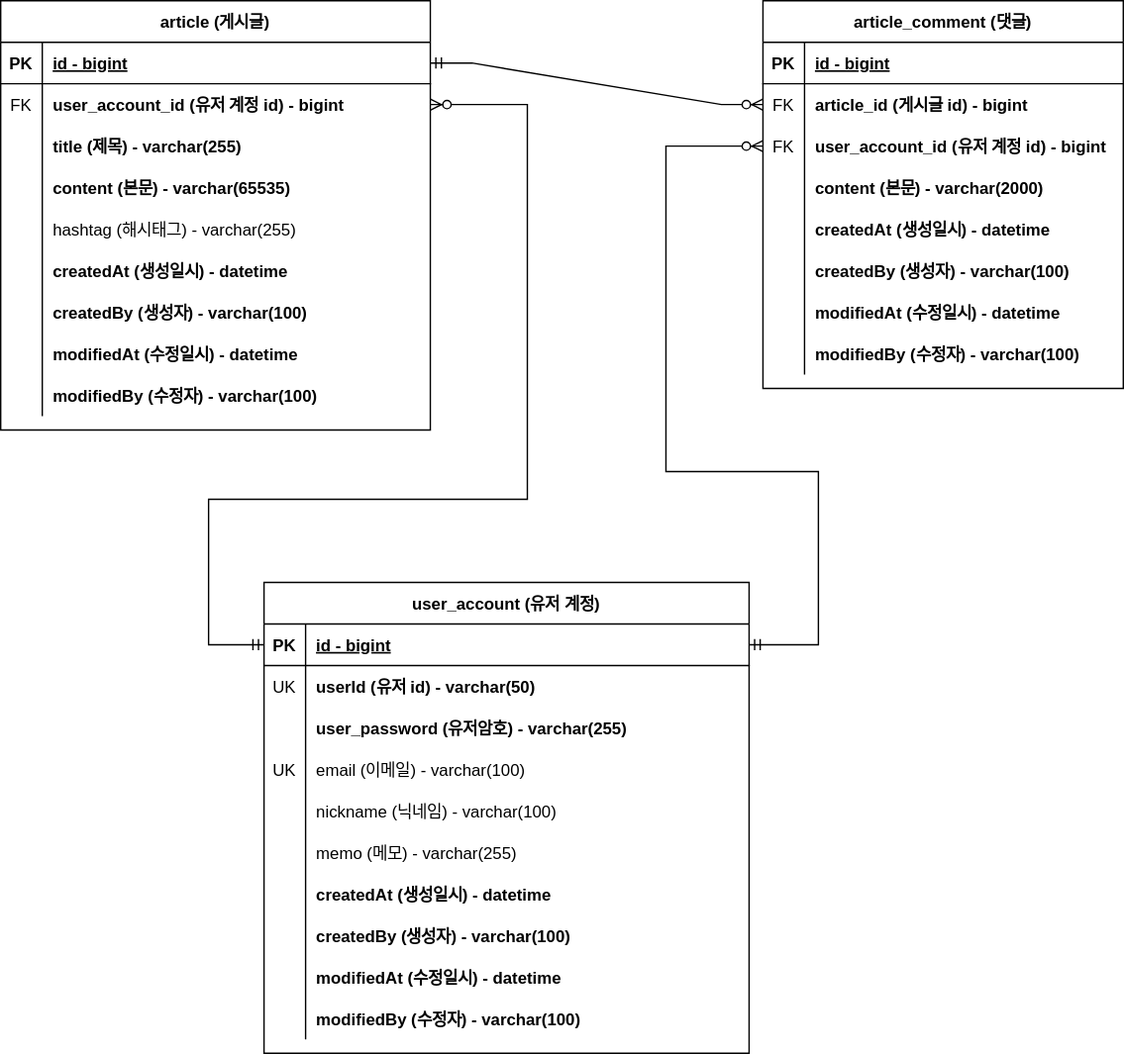
This is part_02/fastcampus-project-board/document/project-board-erd.svg from NaStillmatic/JavaSpring, a draw.io export, as it was before one commit. Source tidied: cells renumbered, new cells last; positions are measured from the earlier drawing's top-left corner, leaving out a move shared by most shapes.
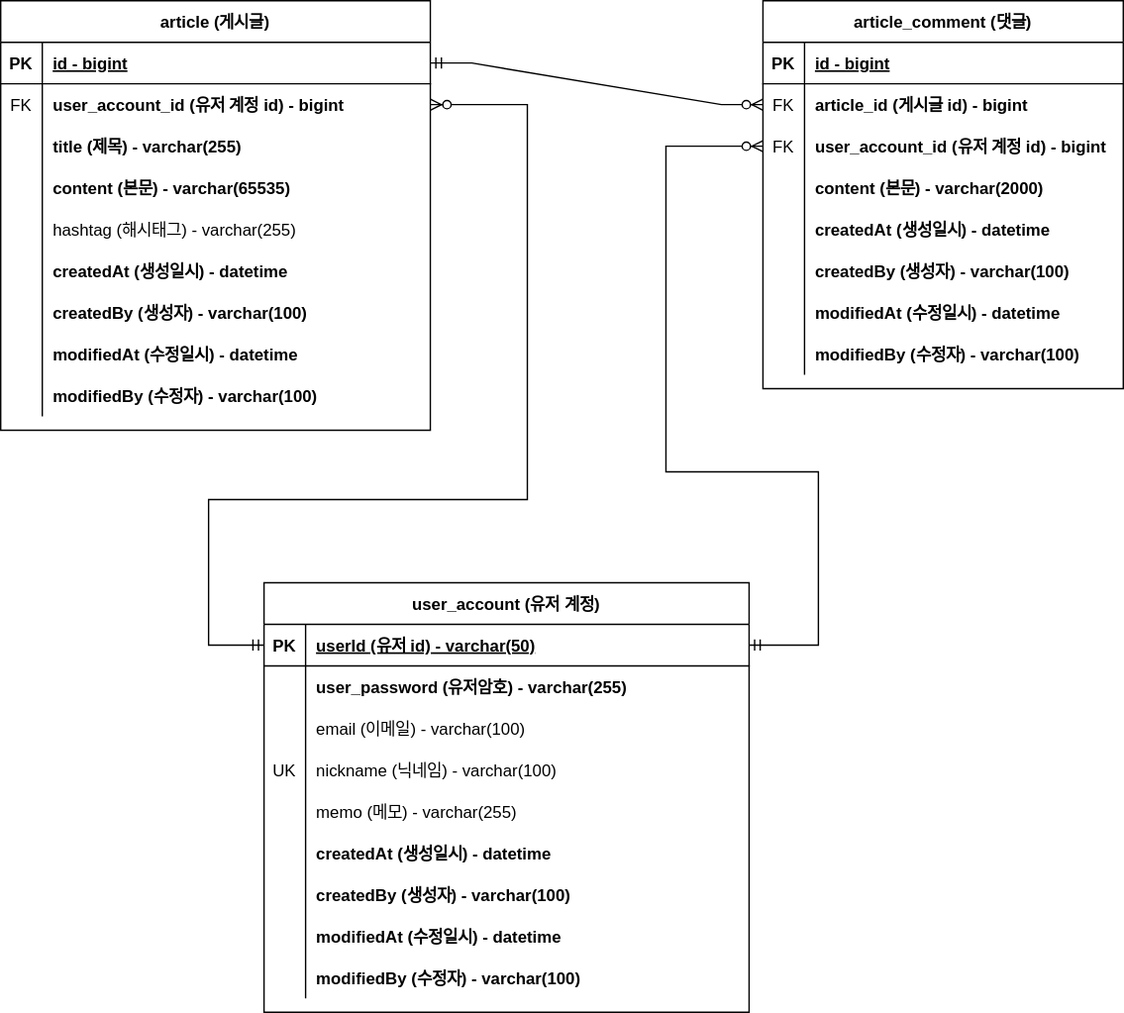
Above is the later version.

Commit message:
#42 - ERD 문서 수정: 회원 계정 user_id 를 PK 로 변경

회원 계정 기존 `id` 를 삭제하고 `user_id`를 pk로 변경하는
그림 적용

The edit, as a diff of the source:
```diff
@@ -165,7 +165,7 @@
       <mxGeometry relative="1" as="geometry" />
     </mxCell>
     <mxCell id="56" value="user_account (유저 계정)" style="shape=table;startSize=30;rowLines=0;fontStyle=1;align=center;" parent="1" vertex="1">
-      <mxGeometry x="190" y="420" width="350" height="340" as="geometry" />
+      <mxGeometry x="190" y="420" width="350" height="310" as="geometry" />
     </mxCell>
     <mxCell id="57" style="shape=tableRow;horizontal=0;startSize=0;swimlaneHead=0;swimlaneBody=0;fillColor=none;points=[[0,0.5],[1,0.5]];portConstraint=eastwest;top=0;left=0;right=0;bottom=1;" parent="56" vertex="1">
       <mxGeometry y="30" width="350" height="30" as="geometry" />
@@ -173,20 +173,11 @@
     <mxCell id="58" value="PK" style="shape=partialRectangle;fillColor=none;top=0;left=0;bottom=0;right=0;fontStyle=1;overflow=hidden;" parent="57" vertex="1">
       <mxGeometry width="30" height="30" as="geometry" />
     </mxCell>
-    <mxCell id="59" value="id - bigint" style="shape=partialRectangle;fillColor=none;top=0;left=0;bottom=0;right=0;align=left;spacingLeft=6;fontStyle=5;overflow=hidden;" parent="57" vertex="1">
+    <mxCell id="59" value="userId (유저 id) - varchar(50)" style="shape=partialRectangle;fillColor=none;top=0;left=0;bottom=0;right=0;align=left;spacingLeft=6;fontStyle=5;overflow=hidden;" parent="57" vertex="1">
       <mxGeometry x="30" width="320" height="30" as="geometry" />
     </mxCell>
-    <mxCell id="60" style="shape=tableRow;horizontal=0;startSize=0;swimlaneHead=0;swimlaneBody=0;fillColor=none;top=0;left=0;right=0;bottom=0;" parent="56" vertex="1">
-      <mxGeometry y="60" width="350" height="30" as="geometry" />
-    </mxCell>
-    <mxCell id="61" value="UK" style="shape=partialRectangle;fillColor=none;top=0;left=0;bottom=0;right=0;overflow=hidden;" parent="60" vertex="1">
-      <mxGeometry width="30" height="30" as="geometry" />
-    </mxCell>
-    <mxCell id="62" value="userId (유저 id) - varchar(50)" style="shape=partialRectangle;fillColor=none;top=0;left=0;bottom=0;right=0;align=left;spacingLeft=6;overflow=hidden;fontStyle=1;" parent="60" vertex="1">
-      <mxGeometry x="30" width="320" height="30" as="geometry" />
-    </mxCell>
     <mxCell id="63" style="shape=tableRow;horizontal=0;startSize=0;swimlaneHead=0;swimlaneBody=0;fillColor=none;top=0;left=0;right=0;bottom=0;" parent="56" vertex="1">
-      <mxGeometry y="90" width="350" height="30" as="geometry" />
+      <mxGeometry y="60" width="350" height="30" as="geometry" />
     </mxCell>
     <mxCell id="64" style="shape=partialRectangle;fillColor=none;top=0;left=0;bottom=0;right=0;overflow=hidden;" parent="63" vertex="1">
       <mxGeometry width="30" height="30" as="geometry" />
@@ -195,7 +186,7 @@
       <mxGeometry x="30" width="320" height="30" as="geometry" />
     </mxCell>
     <mxCell id="66" style="shape=tableRow;horizontal=0;startSize=0;swimlaneHead=0;swimlaneBody=0;fillColor=none;top=0;left=0;right=0;bottom=0;" parent="56" vertex="1">
-      <mxGeometry y="120" width="350" height="30" as="geometry" />
+      <mxGeometry y="90" width="350" height="30" as="geometry" />
     </mxCell>
     <mxCell id="67" style="shape=partialRectangle;fillColor=none;top=0;left=0;bottom=0;right=0;overflow=hidden;" parent="66" vertex="1">
       <mxGeometry width="30" height="30" as="geometry" />
@@ -204,7 +195,7 @@
       <mxGeometry x="30" width="320" height="30" as="geometry" />
     </mxCell>
     <mxCell id="69" style="shape=tableRow;horizontal=0;startSize=0;swimlaneHead=0;swimlaneBody=0;fillColor=none;top=0;left=0;right=0;bottom=0;" parent="56" vertex="1">
-      <mxGeometry y="150" width="350" height="30" as="geometry" />
+      <mxGeometry y="120" width="350" height="30" as="geometry" />
     </mxCell>
     <mxCell id="70" style="shape=partialRectangle;fillColor=none;top=0;left=0;bottom=0;right=0;overflow=hidden;" parent="69" vertex="1">
       <mxGeometry width="30" height="30" as="geometry" />
@@ -213,7 +204,7 @@
       <mxGeometry x="30" width="320" height="30" as="geometry" />
     </mxCell>
     <mxCell id="72" style="shape=tableRow;horizontal=0;startSize=0;swimlaneHead=0;swimlaneBody=0;fillColor=none;top=0;left=0;right=0;bottom=0;" parent="56" vertex="1">
-      <mxGeometry y="180" width="350" height="30" as="geometry" />
+      <mxGeometry y="150" width="350" height="30" as="geometry" />
     </mxCell>
     <mxCell id="73" style="shape=partialRectangle;fillColor=none;top=0;left=0;bottom=0;right=0;overflow=hidden;" parent="72" vertex="1">
       <mxGeometry width="30" height="30" as="geometry" />
@@ -222,7 +213,7 @@
       <mxGeometry x="30" width="320" height="30" as="geometry" />
     </mxCell>
     <mxCell id="75" style="shape=tableRow;horizontal=0;startSize=0;swimlaneHead=0;swimlaneBody=0;fillColor=none;top=0;left=0;right=0;bottom=0;" parent="56" vertex="1">
-      <mxGeometry y="210" width="350" height="30" as="geometry" />
+      <mxGeometry y="180" width="350" height="30" as="geometry" />
     </mxCell>
     <mxCell id="76" style="shape=partialRectangle;fillColor=none;top=0;left=0;bottom=0;right=0;overflow=hidden;" parent="75" vertex="1">
       <mxGeometry width="30" height="30" as="geometry" />
@@ -231,7 +222,7 @@
       <mxGeometry x="30" width="320" height="30" as="geometry" />
     </mxCell>
     <mxCell id="78" style="shape=tableRow;horizontal=0;startSize=0;swimlaneHead=0;swimlaneBody=0;fillColor=none;top=0;left=0;right=0;bottom=0;" parent="56" vertex="1">
-      <mxGeometry y="240" width="350" height="30" as="geometry" />
+      <mxGeometry y="210" width="350" height="30" as="geometry" />
     </mxCell>
     <mxCell id="79" style="shape=partialRectangle;fillColor=none;top=0;left=0;bottom=0;right=0;overflow=hidden;" parent="78" vertex="1">
       <mxGeometry width="30" height="30" as="geometry" />
@@ -240,7 +231,7 @@
       <mxGeometry x="30" width="320" height="30" as="geometry" />
     </mxCell>
     <mxCell id="81" style="shape=tableRow;horizontal=0;startSize=0;swimlaneHead=0;swimlaneBody=0;fillColor=none;top=0;left=0;right=0;bottom=0;" parent="56" vertex="1">
-      <mxGeometry y="270" width="350" height="30" as="geometry" />
+      <mxGeometry y="240" width="350" height="30" as="geometry" />
     </mxCell>
     <mxCell id="82" style="shape=partialRectangle;fillColor=none;top=0;left=0;bottom=0;right=0;overflow=hidden;" parent="81" vertex="1">
       <mxGeometry width="30" height="30" as="geometry" />
@@ -249,7 +240,7 @@
       <mxGeometry x="30" width="320" height="30" as="geometry" />
     </mxCell>
     <mxCell id="84" style="shape=tableRow;horizontal=0;startSize=0;swimlaneHead=0;swimlaneBody=0;fillColor=none;top=0;left=0;right=0;bottom=0;" parent="56" vertex="1">
-      <mxGeometry y="300" width="350" height="30" as="geometry" />
+      <mxGeometry y="270" width="350" height="30" as="geometry" />
     </mxCell>
     <mxCell id="85" style="shape=partialRectangle;fillColor=none;top=0;left=0;bottom=0;right=0;overflow=hidden;" parent="84" vertex="1">
       <mxGeometry width="30" height="30" as="geometry" />
```
